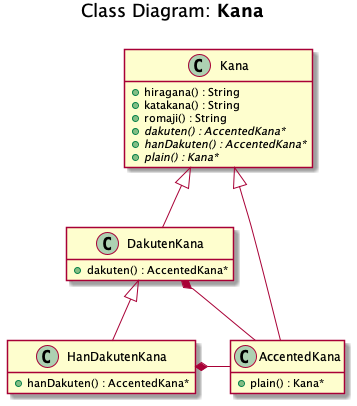
The PlantUML diagram docs/diagrams/out/Class_Kana/Class_Kana.png in anzumura/kanji-tools, before a commit.
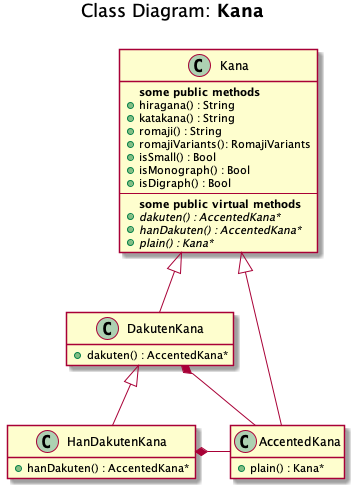
After the change.

Commit message:
added a few more methods

Change to the diagram source:
```diff
@@ -2,9 +2,16 @@
 title Class Diagram: <b>Kana</b>\n
 
 class Kana {
+  <b>some public methods</b>
   +hiragana() : String
   +katakana() : String
   +romaji() : String
+  +romajiVariants(): RomajiVariants
+  +isSmall() : Bool
+  +isMonograph() : Bool
+  +isDigraph() : Bool
+  --
+  <b>some public virtual methods</b>
   {abstract} +dakuten() : AccentedKana*
   {abstract} +hanDakuten() : AccentedKana*
   {abstract} +plain() : Kana*
```
